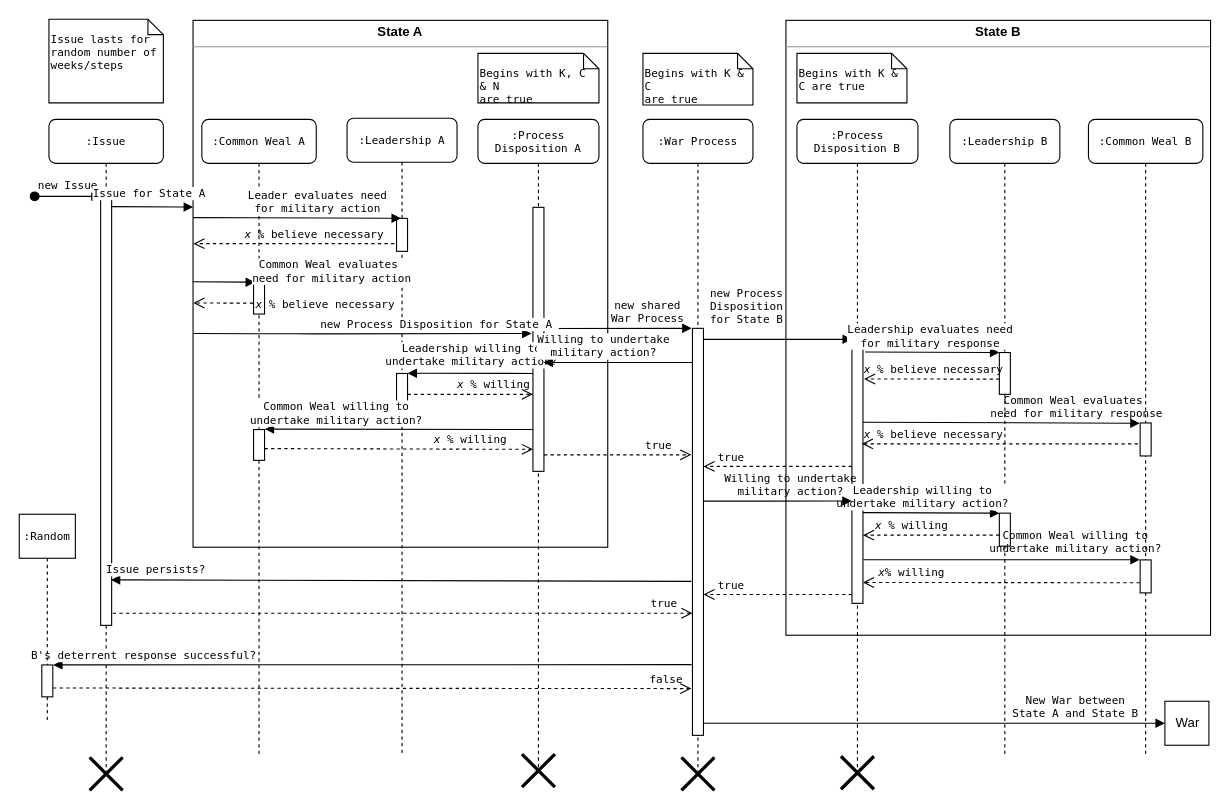
This is documentation/warProcessUML.drawio from usuallycwdillon/george, a draw.io file, before an edit. Source tidied: cells renumbered, new cells numbered last; positions are measured from the earlier drawing's top-left corner, leaving out a move shared by most shapes. Both pictures are drawn from the tidied source at 110%, with x=0, y=0 at pixel (-66, 19).
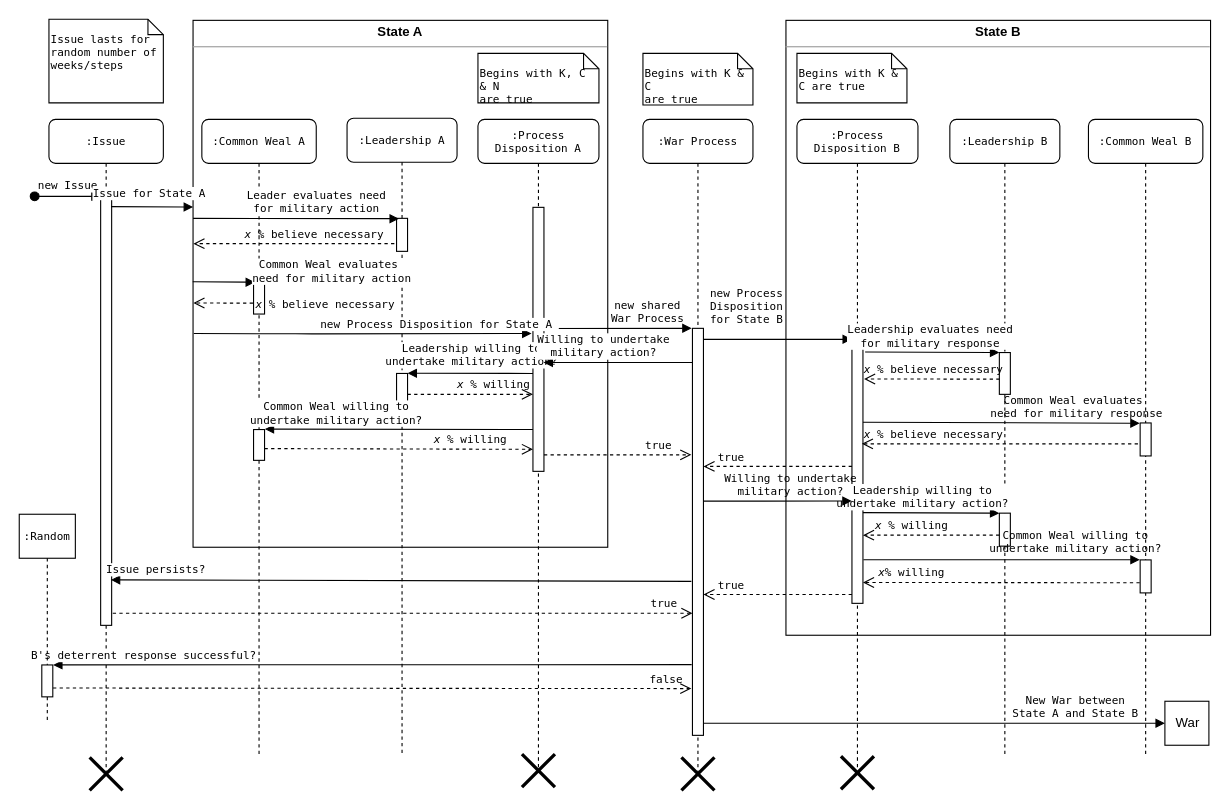
After the change.

The change refers to these unchanged cells:
```xml
<mxCell id="14" style="html=1;points=[];perimeter=orthogonalPerimeter;rounded=0;shadow=0;comic=0;labelBackgroundColor=none;strokeColor=#000000;strokeWidth=1;fillColor=#FFFFFF;fontFamily=Lucida Console;fontSize=10;fontColor=#000000;align=center;" parent="13" vertex="1">
  <mxGeometry x="45" y="91" width="10" height="30" as="geometry" />
</mxCell>
```

What changed in the source:
```diff
@@
-    <mxCell id="64" value="&lt;font style=&quot;font-size: 10px&quot;&gt;Leader evaluates need&lt;br&gt;for military action&lt;br&gt;&lt;/font&gt;" style="html=1;verticalAlign=bottom;endArrow=block;fontFamily=Lucida Console;fontSize=10;exitX=0;exitY=0.414;exitDx=0;exitDy=0;exitPerimeter=0;" parent="1" edge="1">
+    <mxCell id="64" value="&lt;font style=&quot;font-size: 10px&quot;&gt;Leader evaluates need&lt;br&gt;for military action&lt;br&gt;&lt;/font&gt;" style="html=1;verticalAlign=bottom;endArrow=block;fontFamily=Lucida Console;fontSize=10;entryX=0.216;entryY=0.009;entryDx=0;entryDy=0;entryPerimeter=0;" parent="1" edge="1" target="14">
       <mxGeometry x="0.2" relative="1" as="geometry">
-        <mxPoint x="235" y="180.3" as="sourcePoint" />
-        <mxPoint x="424" y="181" as="targetPoint" />
+        <mxPoint x="235" y="181" as="sourcePoint" />
       </mxGeometry>
     </mxCell>
```
